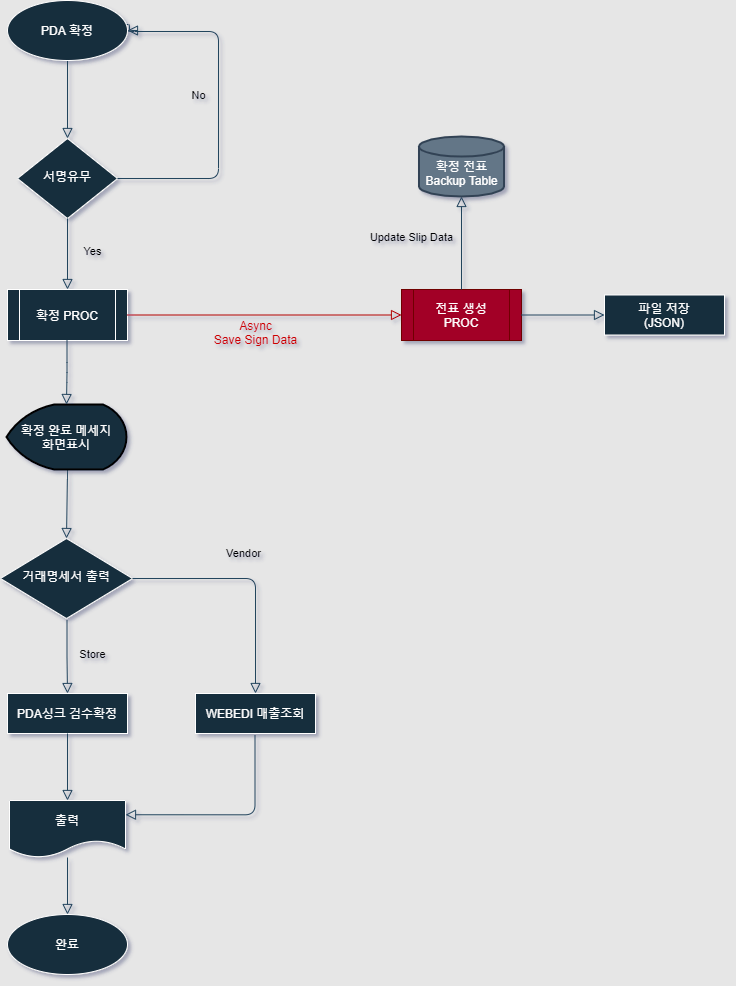
Above: New PDA Confrim.png in seunggeunjo/Flow-Chart (draw.io), before the change. Source tidied: cells renumbered, new cells last; positions are measured from the earlier drawing's top-left corner, leaving out a move shared by most shapes.
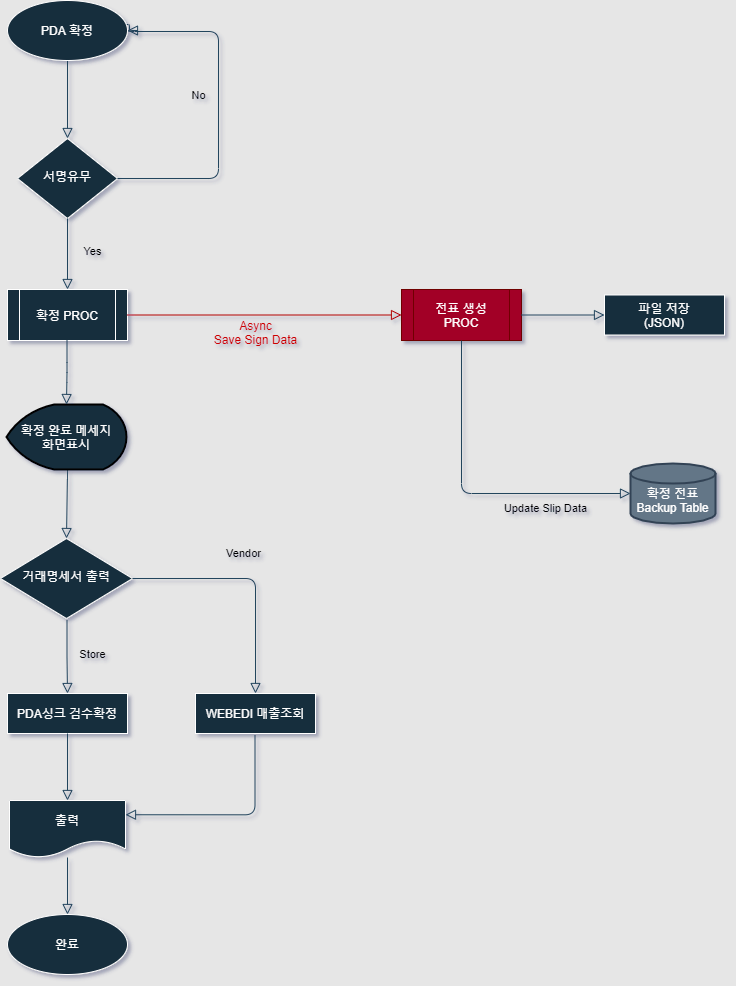
The same diagram one commit later.

What changed in the source:
```diff
@@ -33,7 +33,7 @@
       </mxGeometry>
     </mxCell>
     <mxCell id="9" value="&lt;br&gt;확정 전표 Backup Table" style="strokeWidth=2;html=1;shape=mxgraph.flowchart.database;whiteSpace=wrap;sketch=0;fillColor=#647687;strokeColor=#314354;fontColor=#ffffff;" parent="1" vertex="1">
-      <mxGeometry x="418.5" y="136" width="85" height="60" as="geometry" />
+      <mxGeometry x="630" y="463" width="85" height="60" as="geometry" />
     </mxCell>
     <mxCell id="10" value="완료" style="ellipse;whiteSpace=wrap;html=1;fontColor=#FFFFFF;strokeColor=#FFFFFF;fillColor=#182E3E;" parent="1" vertex="1">
       <mxGeometry x="7" y="914" width="120" height="60" as="geometry" />
@@ -47,9 +47,11 @@
     <mxCell id="13" style="edgeStyle=orthogonalEdgeStyle;html=1;jettySize=auto;fontSize=11;endArrow=block;endFill=0;endSize=8;strokeWidth=1;shadow=0;labelBackgroundColor=none;strokeColor=#23445D;entryX=0;entryY=0.5;entryDx=0;entryDy=0;" parent="1" edge="1" source="11" target="12">
       <mxGeometry x="-0.07" y="25" relative="1" as="geometry" />
     </mxCell>
-    <mxCell id="14" value="Update Slip Data" style="edgeStyle=orthogonalEdgeStyle;html=1;jettySize=auto;fontSize=11;endArrow=block;endFill=0;endSize=8;strokeWidth=1;shadow=0;labelBackgroundColor=none;strokeColor=#23445D;entryX=0.5;entryY=1;entryDx=0;entryDy=0;entryPerimeter=0;exitX=0.5;exitY=0;exitDx=0;exitDy=0;" parent="1" edge="1" source="11" target="9">
-      <mxGeometry x="0.01" y="50" relative="1" as="geometry">
-        <mxPoint y="-5" as="offset" />
+    <mxCell id="14" value="Update Slip Data" style="edgeStyle=orthogonalEdgeStyle;html=1;jettySize=auto;fontSize=11;endArrow=block;endFill=0;endSize=8;strokeWidth=1;shadow=0;labelBackgroundColor=none;strokeColor=#23445D;entryX=0;entryY=0.5;entryDx=0;entryDy=0;entryPerimeter=0;" parent="1" edge="1" source="11" target="9">
+      <mxGeometry x="0.47" y="-15" relative="1" as="geometry">
+        <Array as="points">
+          <mxPoint x="461" y="493" />
+        </Array>
       </mxGeometry>
     </mxCell>
     <mxCell id="15" value="PDA 확정" style="ellipse;whiteSpace=wrap;html=1;fontColor=#FFFFFF;strokeColor=#FFFFFF;fillColor=#182E3E;" parent="1" vertex="1">
```
